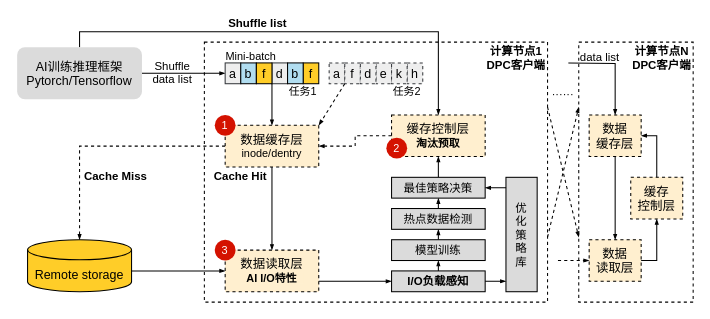
Before: 框架.drawio in YurianStormrage/images, a draw.io diagram. Source tidied: cells renumbered, new cells numbered last; positions are measured from the earlier drawing's top-left corner, leaving out a move shared by most shapes. Both pictures are drawn from the tidied source at 104%, with x=0, y=0 at pixel (17, 31).
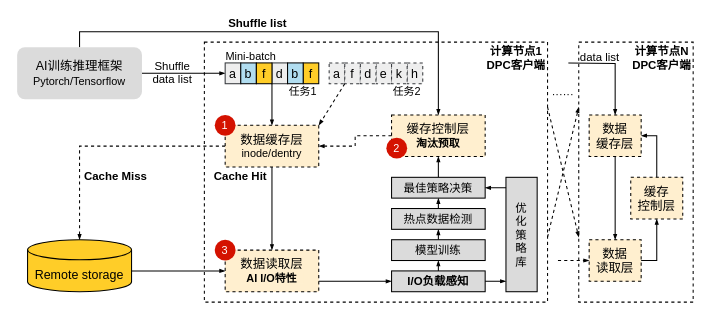
The same diagram, later.

The edit, as a diff of the source:
```diff
@@
-    <mxCell id="12" value="AI训练推理框架&#10;Pytorch/Tensorflow" style="rounded=1;verticalAlign=middle;fillColor=#DBDBDB;strokeColor=none;" parent="1" vertex="1">
-      <mxGeometry y="15" width="120" height="50" as="geometry" />
-    </mxCell>
@@
+    <mxCell id="76" style="group;" parent="1" vertex="1">
+      <mxGeometry y="15" width="120" height="50" as="geometry" />
+    </mxCell>
+    <mxCell id="12" value="AI训练推理框架" style="rounded=1;verticalAlign=top;fillColor=#DBDBDB;strokeColor=none;spacing=6;" parent="76" vertex="1">
+      <mxGeometry width="120" height="50" as="geometry" />
+    </mxCell>
+    <mxCell id="77" value="Pytorch/Tensorflow" style="text;strokeColor=none;align=center;fillColor=none;verticalAlign=middle;rounded=0;fontFamily=Helvetica;fontSize=10.5;fontColor=default;labelBackgroundColor=none;" parent="76" vertex="1">
+      <mxGeometry x="15" y="25" width="90" height="15" as="geometry" />
+    </mxCell>
```
